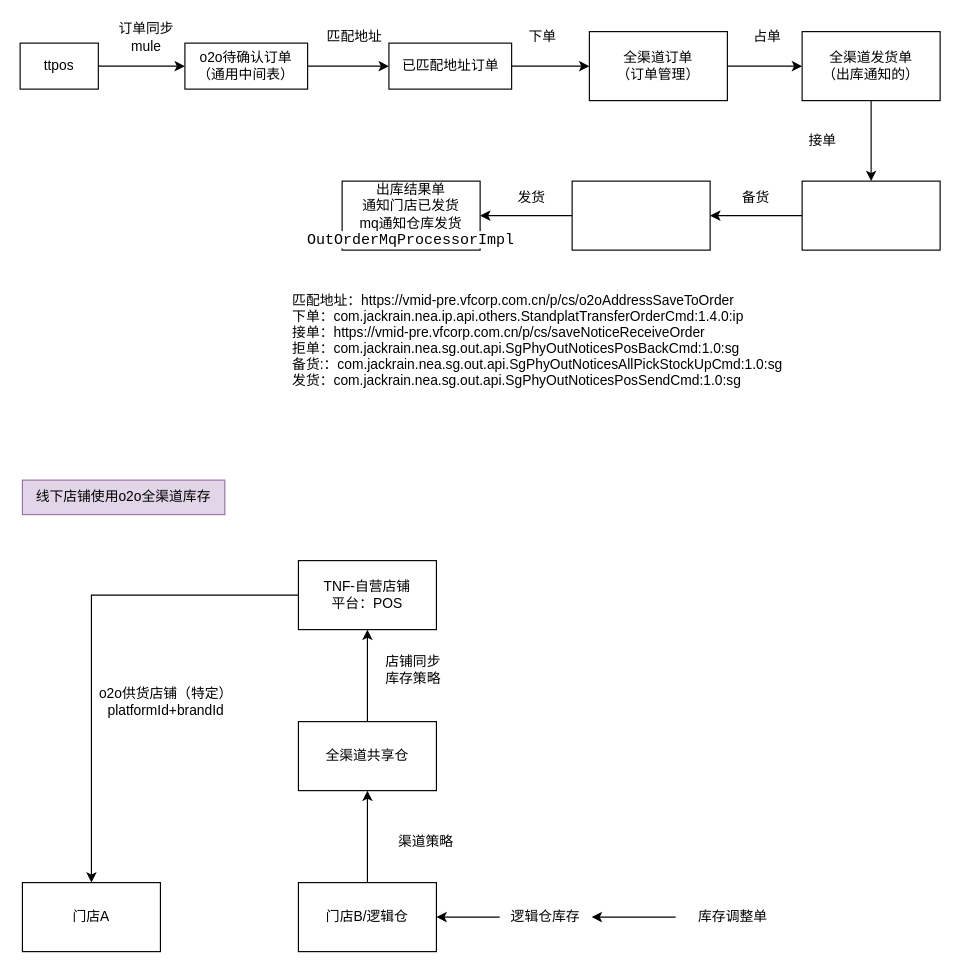
Earlier version of the draw.io diagram VF/VMID/o2o_flow.drawio (yeahsyoung/diagram). Source tidied: cells renumbered, new cells numbered last; positions are measured from the earlier drawing's top-left corner, leaving out a move shared by most shapes. Both pictures are drawn from the tidied source at 115%, with x=0, y=0 at pixel (20, 20).
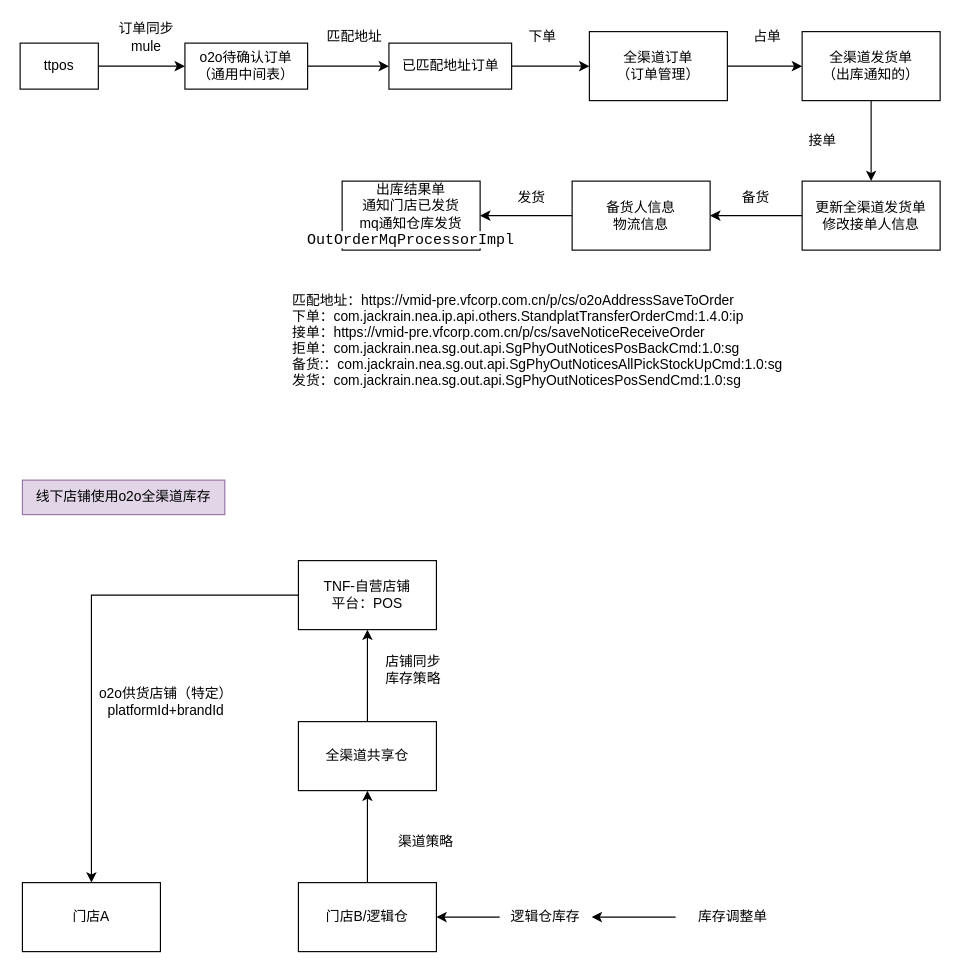
The same page after the edit.

What changed in the source:
```diff
@@
-    <mxCell id="18" style="rounded=0;whiteSpace=wrap;html=1;" parent="1" vertex="1">
+    <mxCell id="18" value="&lt;div&gt;更新全渠道发货单&lt;/div&gt;修改接单人信息" style="rounded=0;whiteSpace=wrap;html=1;" parent="1" vertex="1">
       <mxGeometry x="680" y="140" width="120" height="60" as="geometry" />
     </mxCell>
@@
-    <mxCell id="36" style="rounded=0;whiteSpace=wrap;html=1;" parent="1" vertex="1">
+    <mxCell id="36" value="备货人信息&lt;div&gt;物流信息&lt;/div&gt;" style="rounded=0;whiteSpace=wrap;html=1;" parent="1" vertex="1">
       <mxGeometry x="480" y="140" width="120" height="60" as="geometry" />
     </mxCell>
```
